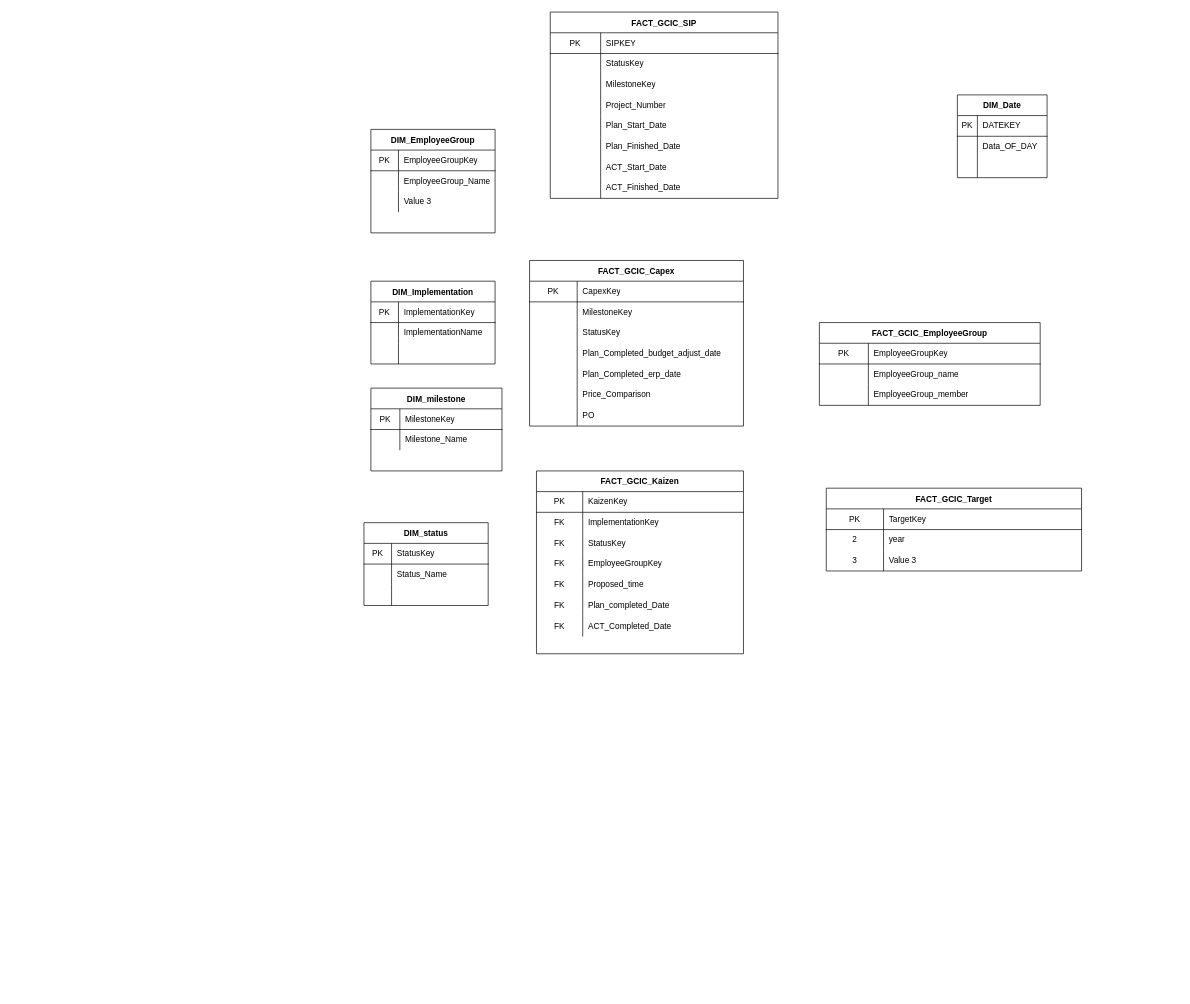
cyz12/an keeps this draw.io diagram as Untitled Diagram.drawio. Above is the earlier version. Source tidied: cells renumbered, new cells numbered last; positions are measured from the earlier drawing's top-left corner, leaving out a move shared by most shapes. Both pictures are drawn from the tidied source at 69%, with x=0, y=0 at pixel (364, 12).
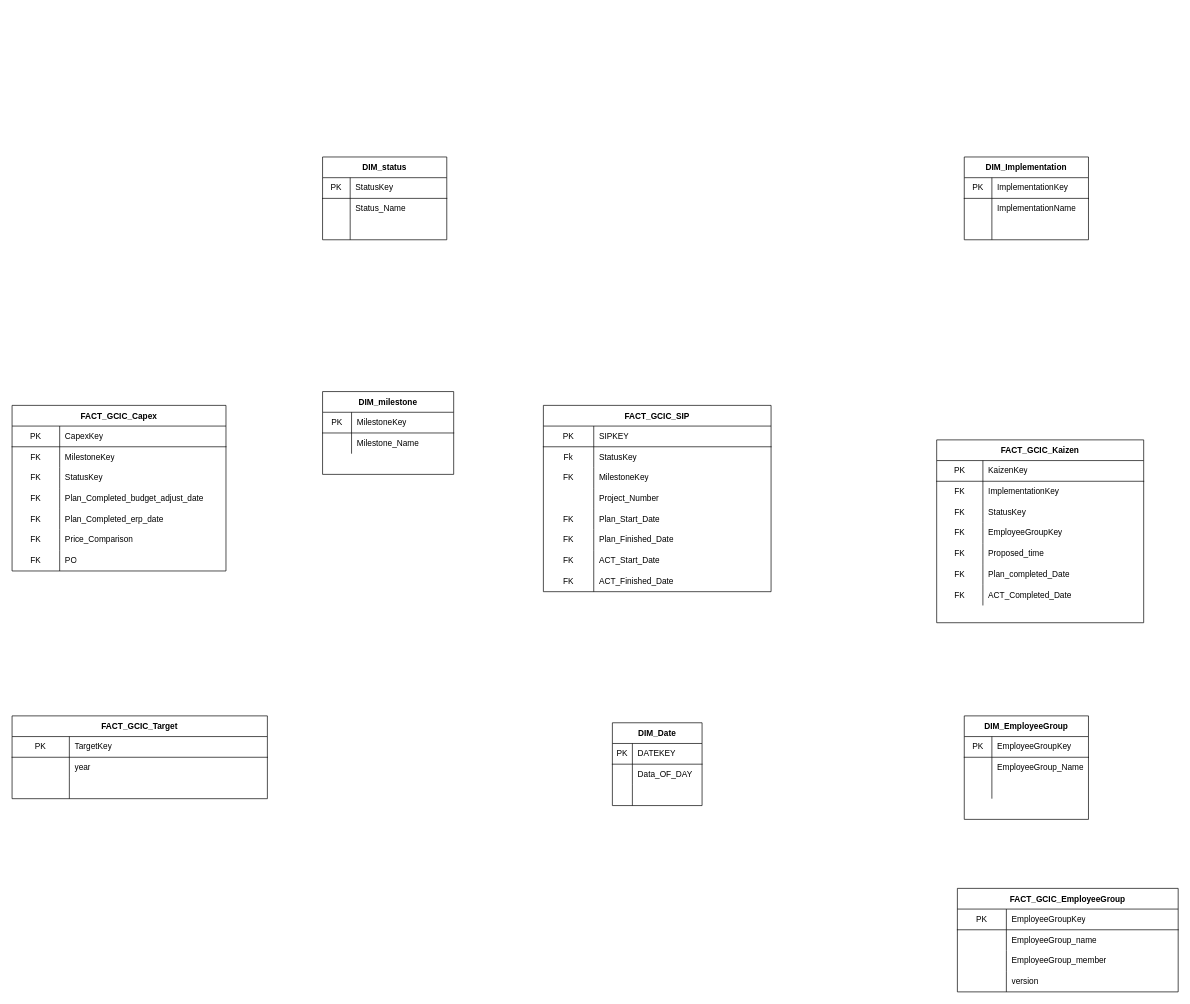
The same diagram, later.

Unchanged cells that the change refers to:
```xml
<mxCell id="9" style="shape=partialRectangle;html=1;whiteSpace=wrap;fillColor=none;top=0;left=0;bottom=0;right=0;" parent="2" vertex="1">
  <mxGeometry y="90" width="180" height="30" as="geometry" />
</mxCell>
<mxCell id="16" style="shape=partialRectangle;html=1;whiteSpace=wrap;fillColor=none;top=0;left=0;bottom=0;right=0;" parent="12" vertex="1">
  <mxGeometry y="60" width="330" height="30" as="geometry" />
</mxCell>
<mxCell id="19" style="shape=partialRectangle;html=1;whiteSpace=wrap;fillColor=none;top=0;left=0;bottom=0;right=0;" parent="12" vertex="1">
  <mxGeometry y="90" width="330" height="30" as="geometry" />
</mxCell>
<mxCell id="25" style="shape=partialRectangle;html=1;whiteSpace=wrap;fillColor=none;top=0;left=0;bottom=0;right=0;" parent="12" vertex="1">
  <mxGeometry y="150" width="330" height="30" as="geometry" />
</mxCell>
<mxCell id="28" style="shape=partialRectangle;html=1;whiteSpace=wrap;fillColor=none;top=0;left=0;bottom=0;right=0;" parent="12" vertex="1">
  <mxGeometry y="180" width="330" height="30" as="geometry" />
</mxCell>
<mxCell id="31" style="shape=partialRectangle;html=1;whiteSpace=wrap;fillColor=none;top=0;left=0;bottom=0;right=0;" parent="12" vertex="1">
  <mxGeometry y="210" width="330" height="30" as="geometry" />
</mxCell>
<mxCell id="34" style="shape=partialRectangle;html=1;whiteSpace=wrap;fillColor=none;top=0;left=0;bottom=0;right=0;" parent="12" vertex="1">
  <mxGeometry y="240" width="330" height="30" as="geometry" />
</mxCell>
<mxCell id="83" style="shape=partialRectangle;html=1;whiteSpace=wrap;fillColor=none;top=0;left=0;bottom=0;right=0;" parent="79" vertex="1">
  <mxGeometry y="60" width="310" height="30" as="geometry" />
</mxCell>
<mxCell id="86" style="shape=partialRectangle;html=1;whiteSpace=wrap;fillColor=none;top=0;left=0;bottom=0;right=0;" parent="79" vertex="1">
  <mxGeometry y="90" width="310" height="30" as="geometry" />
</mxCell>
<mxCell id="89" style="shape=partialRectangle;html=1;whiteSpace=wrap;fillColor=none;top=0;left=0;bottom=0;right=0;" parent="79" vertex="1">
  <mxGeometry y="120" width="310" height="30" as="geometry" />
</mxCell>
<mxCell id="92" style="shape=partialRectangle;html=1;whiteSpace=wrap;fillColor=none;top=0;left=0;bottom=0;right=0;" parent="79" vertex="1">
  <mxGeometry y="150" width="310" height="30" as="geometry" />
</mxCell>
<mxCell id="95" style="shape=partialRectangle;html=1;whiteSpace=wrap;fillColor=none;top=0;left=0;bottom=0;right=0;" parent="79" vertex="1">
  <mxGeometry y="180" width="310" height="30" as="geometry" />
</mxCell>
<mxCell id="98" style="shape=partialRectangle;html=1;whiteSpace=wrap;fillColor=none;top=0;left=0;bottom=0;right=0;" parent="79" vertex="1">
  <mxGeometry y="210" width="310" height="30" as="geometry" />
</mxCell>
<mxCell id="105" style="shape=partialRectangle;html=1;whiteSpace=wrap;fillColor=none;top=0;left=0;bottom=0;right=0;" parent="101" vertex="1">
  <mxGeometry y="60" width="370" height="30" as="geometry" />
</mxCell>
<mxCell id="108" style="shape=partialRectangle;html=1;whiteSpace=wrap;fillColor=none;top=0;left=0;bottom=0;right=0;" parent="101" vertex="1">
  <mxGeometry y="90" width="370" height="30" as="geometry" />
</mxCell>
```

What changed in the source:
```diff
@@
     <mxCell id="2" value="DIM_EmployeeGroup" style="shape=table;startSize=30;childLayout=tableLayout;rowLines=0;fontStyle=1;align=center;" parent="1" vertex="1">
-      <mxGeometry x="10" y="170" width="180" height="150" as="geometry" />
+      <mxGeometry x="870" y="1020" width="180" height="150" as="geometry" />
     </mxCell>
@@
-    <mxCell id="11" value="Value 3" style="shape=partialRectangle;html=1;whiteSpace=wrap;fillColor=none;top=0;left=0;bottom=0;right=0;align=left;spacingLeft=6;overflow=hidden;" parent="9" vertex="1">
+    <mxCell id="11" style="shape=partialRectangle;html=1;whiteSpace=wrap;fillColor=none;top=0;left=0;bottom=0;right=0;align=left;spacingLeft=6;overflow=hidden;" parent="9" vertex="1">
       <mxGeometry x="40" width="140" height="30" as="geometry" />
     </mxCell>
     <mxCell id="12" value="FACT_GCIC_SIP" style="shape=table;startSize=30;childLayout=tableLayout;rowLines=0;fontStyle=1;align=center;" parent="1" vertex="1">
-      <mxGeometry x="270" width="330" height="270" as="geometry" />
+      <mxGeometry x="260" y="570" width="330" height="270" as="geometry" />
     </mxCell>
@@
-    <mxCell id="17" style="shape=partialRectangle;html=1;whiteSpace=wrap;fillColor=none;top=0;left=0;bottom=0;right=0;overflow=hidden;" parent="16" vertex="1">
+    <mxCell id="17" value="Fk" style="shape=partialRectangle;html=1;whiteSpace=wrap;fillColor=none;top=0;left=0;bottom=0;right=0;overflow=hidden;" parent="16" vertex="1">
       <mxGeometry width="73" height="30" as="geometry" />
     </mxCell>
@@
-    <mxCell id="20" style="shape=partialRectangle;html=1;whiteSpace=wrap;fillColor=none;top=0;left=0;bottom=0;right=0;overflow=hidden;" parent="19" vertex="1">
+    <mxCell id="20" value="FK" style="shape=partialRectangle;html=1;whiteSpace=wrap;fillColor=none;top=0;left=0;bottom=0;right=0;overflow=hidden;" parent="19" vertex="1">
       <mxGeometry width="73" height="30" as="geometry" />
     </mxCell>
@@
-    <mxCell id="26" style="shape=partialRectangle;html=1;whiteSpace=wrap;fillColor=none;top=0;left=0;bottom=0;right=0;overflow=hidden;" parent="25" vertex="1">
+    <mxCell id="26" value="FK" style="shape=partialRectangle;html=1;whiteSpace=wrap;fillColor=none;top=0;left=0;bottom=0;right=0;overflow=hidden;" parent="25" vertex="1">
       <mxGeometry width="73" height="30" as="geometry" />
     </mxCell>
@@
-    <mxCell id="29" style="shape=partialRectangle;html=1;whiteSpace=wrap;fillColor=none;top=0;left=0;bottom=0;right=0;overflow=hidden;" parent="28" vertex="1">
+    <mxCell id="29" value="FK" style="shape=partialRectangle;html=1;whiteSpace=wrap;fillColor=none;top=0;left=0;bottom=0;right=0;overflow=hidden;" parent="28" vertex="1">
       <mxGeometry width="73" height="30" as="geometry" />
     </mxCell>
@@
-    <mxCell id="32" style="shape=partialRectangle;html=1;whiteSpace=wrap;fillColor=none;top=0;left=0;bottom=0;right=0;overflow=hidden;" parent="31" vertex="1">
+    <mxCell id="32" value="FK" style="shape=partialRectangle;html=1;whiteSpace=wrap;fillColor=none;top=0;left=0;bottom=0;right=0;overflow=hidden;" parent="31" vertex="1">
       <mxGeometry width="73" height="30" as="geometry" />
     </mxCell>
@@
-    <mxCell id="35" style="shape=partialRectangle;html=1;whiteSpace=wrap;fillColor=none;top=0;left=0;bottom=0;right=0;overflow=hidden;" parent="34" vertex="1">
+    <mxCell id="35" value="FK" style="shape=partialRectangle;html=1;whiteSpace=wrap;fillColor=none;top=0;left=0;bottom=0;right=0;overflow=hidden;" parent="34" vertex="1">
       <mxGeometry width="73" height="30" as="geometry" />
     </mxCell>
@@
     <mxCell id="37" value="DIM_Implementation" style="shape=table;startSize=30;childLayout=tableLayout;rowLines=0;fontStyle=1;align=center;" parent="1" vertex="1">
-      <mxGeometry x="10" y="390" width="180" height="120" as="geometry" />
+      <mxGeometry x="870" y="210" width="180" height="120" as="geometry" />
     </mxCell>
@@
     <mxCell id="47" value="DIM_status" style="shape=table;startSize=30;childLayout=tableLayout;rowLines=0;fontStyle=1;align=center;" parent="1" vertex="1">
-      <mxGeometry y="740" width="180" height="120" as="geometry" />
+      <mxGeometry x="-60" y="210" width="180" height="120" as="geometry" />
     </mxCell>
@@
     <mxCell id="57" value="FACT_GCIC_Kaizen" style="shape=table;startSize=30;childLayout=tableLayout;rowLines=0;fontStyle=1;align=center;" parent="1" vertex="1">
-      <mxGeometry x="250" y="665" width="300" height="265" as="geometry" />
+      <mxGeometry x="830" y="620" width="300" height="265" as="geometry" />
     </mxCell>
@@
     <mxCell id="79" value="FACT_GCIC_Capex" style="shape=table;startSize=30;childLayout=tableLayout;rowLines=0;fontStyle=1;align=center;" parent="1" vertex="1">
-      <mxGeometry x="240" y="360" width="310" height="240" as="geometry" />
+      <mxGeometry x="-510" y="570" width="310" height="240" as="geometry" />
     </mxCell>
@@
-    <mxCell id="84" style="shape=partialRectangle;html=1;whiteSpace=wrap;fillColor=none;top=0;left=0;bottom=0;right=0;overflow=hidden;" parent="83" vertex="1">
+    <mxCell id="84" value="FK" style="shape=partialRectangle;html=1;whiteSpace=wrap;fillColor=none;top=0;left=0;bottom=0;right=0;overflow=hidden;" parent="83" vertex="1">
       <mxGeometry width="69" height="30" as="geometry" />
     </mxCell>
@@
-    <mxCell id="87" style="shape=partialRectangle;html=1;whiteSpace=wrap;fillColor=none;top=0;left=0;bottom=0;right=0;overflow=hidden;" parent="86" vertex="1">
+    <mxCell id="87" value="FK" style="shape=partialRectangle;html=1;whiteSpace=wrap;fillColor=none;top=0;left=0;bottom=0;right=0;overflow=hidden;" parent="86" vertex="1">
       <mxGeometry width="69" height="30" as="geometry" />
     </mxCell>
@@
-    <mxCell id="90" style="shape=partialRectangle;html=1;whiteSpace=wrap;fillColor=none;top=0;left=0;bottom=0;right=0;overflow=hidden;" parent="89" vertex="1">
+    <mxCell id="90" value="FK" style="shape=partialRectangle;html=1;whiteSpace=wrap;fillColor=none;top=0;left=0;bottom=0;right=0;overflow=hidden;" parent="89" vertex="1">
       <mxGeometry width="69" height="30" as="geometry" />
     </mxCell>
@@
-    <mxCell id="93" style="shape=partialRectangle;html=1;whiteSpace=wrap;fillColor=none;top=0;left=0;bottom=0;right=0;overflow=hidden;" parent="92" vertex="1">
+    <mxCell id="93" value="FK" style="shape=partialRectangle;html=1;whiteSpace=wrap;fillColor=none;top=0;left=0;bottom=0;right=0;overflow=hidden;" parent="92" vertex="1">
       <mxGeometry width="69" height="30" as="geometry" />
     </mxCell>
@@
-    <mxCell id="96" style="shape=partialRectangle;html=1;whiteSpace=wrap;fillColor=none;top=0;left=0;bottom=0;right=0;overflow=hidden;" parent="95" vertex="1">
+    <mxCell id="96" value="FK" style="shape=partialRectangle;html=1;whiteSpace=wrap;fillColor=none;top=0;left=0;bottom=0;right=0;overflow=hidden;" parent="95" vertex="1">
       <mxGeometry width="69" height="30" as="geometry" />
     </mxCell>
@@
-    <mxCell id="99" style="shape=partialRectangle;html=1;whiteSpace=wrap;fillColor=none;top=0;left=0;bottom=0;right=0;overflow=hidden;" parent="98" vertex="1">
+    <mxCell id="99" value="FK" style="shape=partialRectangle;html=1;whiteSpace=wrap;fillColor=none;top=0;left=0;bottom=0;right=0;overflow=hidden;" parent="98" vertex="1">
       <mxGeometry width="69" height="30" as="geometry" />
     </mxCell>
@@
     <mxCell id="101" value="FACT_GCIC_Target" style="shape=table;startSize=30;childLayout=tableLayout;rowLines=0;fontStyle=1;align=center;" parent="1" vertex="1">
-      <mxGeometry x="670" y="690" width="370" height="120" as="geometry" />
+      <mxGeometry x="-510" y="1020" width="370" height="120" as="geometry" />
     </mxCell>
@@
-    <mxCell id="106" value="2" style="shape=partialRectangle;html=1;whiteSpace=wrap;fillColor=none;top=0;left=0;bottom=0;right=0;overflow=hidden;" parent="105" vertex="1">
+    <mxCell id="106" style="shape=partialRectangle;html=1;whiteSpace=wrap;fillColor=none;top=0;left=0;bottom=0;right=0;overflow=hidden;" parent="105" vertex="1">
       <mxGeometry width="83" height="30" as="geometry" />
     </mxCell>
@@
-    <mxCell id="109" value="3" style="shape=partialRectangle;html=1;whiteSpace=wrap;fillColor=none;top=0;left=0;bottom=0;right=0;overflow=hidden;" parent="108" vertex="1">
+    <mxCell id="109" style="shape=partialRectangle;html=1;whiteSpace=wrap;fillColor=none;top=0;left=0;bottom=0;right=0;overflow=hidden;" parent="108" vertex="1">
       <mxGeometry width="83" height="30" as="geometry" />
     </mxCell>
-    <mxCell id="110" value="Value 3" style="shape=partialRectangle;html=1;whiteSpace=wrap;fillColor=none;top=0;left=0;bottom=0;right=0;align=left;spacingLeft=6;overflow=hidden;" parent="108" vertex="1">
+    <mxCell id="110" style="shape=partialRectangle;html=1;whiteSpace=wrap;fillColor=none;top=0;left=0;bottom=0;right=0;align=left;spacingLeft=6;overflow=hidden;" parent="108" vertex="1">
       <mxGeometry x="83" width="287" height="30" as="geometry" />
     </mxCell>
     <mxCell id="111" value="DIM_milestone" style="shape=table;startSize=30;childLayout=tableLayout;rowLines=0;fontStyle=1;align=center;" parent="1" vertex="1">
-      <mxGeometry x="10" y="545" width="190" height="120" as="geometry" />
+      <mxGeometry x="-60" y="550" width="190" height="120" as="geometry" />
     </mxCell>
@@
     <mxCell id="118" value="FACT_GCIC_EmployeeGroup" style="shape=table;startSize=30;childLayout=tableLayout;rowLines=0;fontStyle=1;align=center;" parent="1" vertex="1">
-      <mxGeometry x="660" y="450" width="320" height="120" as="geometry" />
+      <mxGeometry x="860" y="1270" width="320" height="150" as="geometry" />
     </mxCell>
@@
+    <mxCell id="138" style="shape=partialRectangle;html=1;whiteSpace=wrap;fillColor=none;top=0;left=0;bottom=0;right=0;" parent="118" vertex="1">
+      <mxGeometry y="120" width="320" height="30" as="geometry" />
+    </mxCell>
+    <mxCell id="139" style="shape=partialRectangle;html=1;whiteSpace=wrap;fillColor=none;top=0;left=0;bottom=0;right=0;overflow=hidden;" parent="138" vertex="1">
+      <mxGeometry width="71" height="30" as="geometry" />
+    </mxCell>
+    <mxCell id="140" value="version" style="shape=partialRectangle;html=1;whiteSpace=wrap;fillColor=none;top=0;left=0;bottom=0;right=0;align=left;spacingLeft=6;overflow=hidden;" parent="138" vertex="1">
+      <mxGeometry x="71" width="249" height="30" as="geometry" />
+    </mxCell>
     <mxCell id="128" value="DIM_Date" style="shape=table;startSize=30;childLayout=tableLayout;rowLines=0;fontStyle=1;align=center;" parent="1" vertex="1">
-      <mxGeometry x="860" y="120" width="130" height="120" as="geometry" />
+      <mxGeometry x="360" y="1030" width="130" height="120" as="geometry" />
     </mxCell>
```
